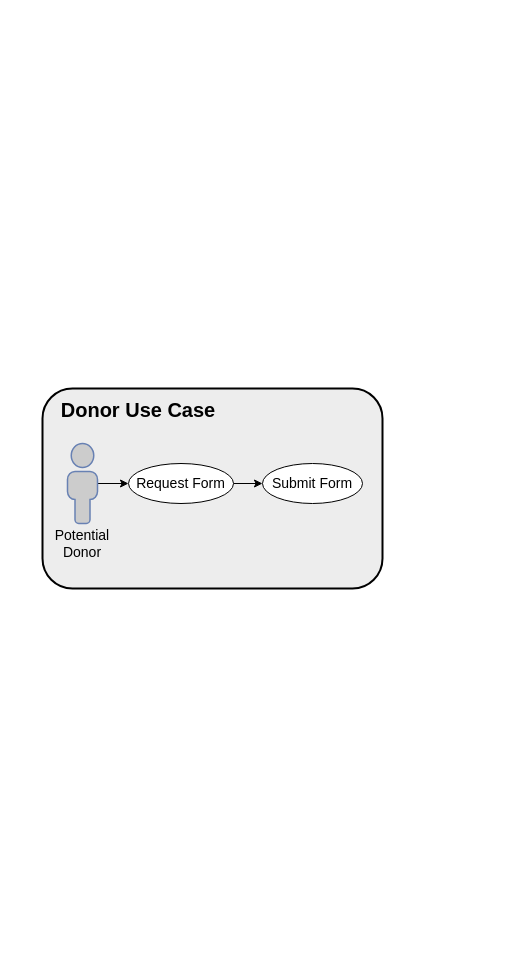
dadiva-team/dadiva-ipo keeps this draw.io diagram as docs/report/figures/useCases.drawio. Above is the earlier version. Source tidied: cells renumbered, new cells numbered last; positions are measured from the earlier drawing's top-left corner, leaving out a move shared by most shapes. Both pictures are drawn from the tidied source at 100%, with x=0, y=0 at pixel (42, 388).
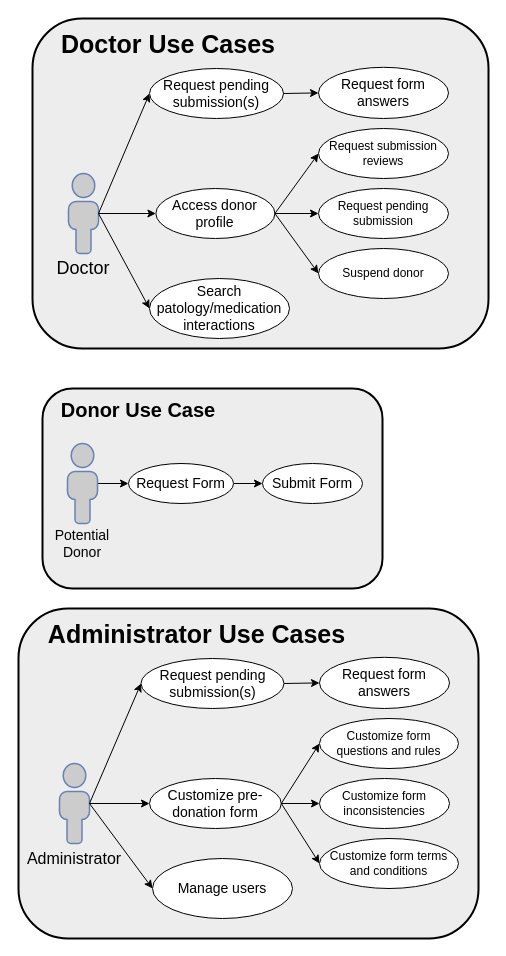
The same diagram, later.

Diff of the diagram source:
```diff
@@
+    <mxCell id="10" style="rounded=1;whiteSpace=wrap;html=1;strokeWidth=2;fillColor=#EDEDED;" parent="1" vertex="1">
+      <mxGeometry x="-10" y="-370" width="456" height="330" as="geometry" />
+    </mxCell>
+    <mxCell id="11" style="fontColor=#0066CC;verticalAlign=top;verticalLabelPosition=bottom;labelPosition=center;align=center;html=1;outlineConnect=0;fillColor=#CCCCCC;strokeColor=#6881B3;gradientColor=none;gradientDirection=north;strokeWidth=2;shape=mxgraph.networks.user_male;" parent="1" vertex="1">
+      <mxGeometry x="26" y="-215" width="30" height="80" as="geometry" />
+    </mxCell>
+    <mxCell id="12" value="&lt;b style=&quot;&quot;&gt;&lt;font style=&quot;font-size: 25px;&quot;&gt;Doctor Use Cases&lt;/font&gt;&lt;/b&gt;" style="text;html=1;align=center;verticalAlign=middle;whiteSpace=wrap;rounded=0;" parent="1" vertex="1">
+      <mxGeometry x="1" y="-360" width="250" height="30" as="geometry" />
+    </mxCell>
+    <mxCell id="13" value="&lt;font style=&quot;font-size: 14px;&quot;&gt;Search patology/medication interactions&lt;/font&gt;" style="ellipse;whiteSpace=wrap;html=1;" parent="1" vertex="1">
+      <mxGeometry x="107" y="-110" width="140" height="60" as="geometry" />
+    </mxCell>
+    <mxCell id="14" value="&lt;font style=&quot;font-size: 18px;&quot;&gt;Doctor&lt;/font&gt;" style="text;html=1;align=center;verticalAlign=middle;whiteSpace=wrap;rounded=0;" parent="1" vertex="1">
+      <mxGeometry x="11" y="-135" width="60" height="30" as="geometry" />
+    </mxCell>
+    <mxCell id="15" style="endArrow=classic;html=1;rounded=0;exitX=1;exitY=0.5;exitDx=0;exitDy=0;exitPerimeter=0;entryX=0;entryY=0.5;entryDx=0;entryDy=0;" parent="1" edge="1" source="11" target="13">
+      <mxGeometry relative="1" as="geometry" />
+    </mxCell>
+    <mxCell id="16" style="endArrow=classic;html=1;rounded=0;exitX=1;exitY=0.5;exitDx=0;exitDy=0;exitPerimeter=0;entryX=0;entryY=0.5;entryDx=0;entryDy=0;" parent="1" edge="1" source="11" target="18">
+      <mxGeometry relative="1" as="geometry" />
+    </mxCell>
+    <mxCell id="17" style="endArrow=classic;html=1;rounded=0;entryX=0;entryY=0.5;entryDx=0;entryDy=0;exitX=1;exitY=0.5;exitDx=0;exitDy=0;exitPerimeter=0;" parent="1" edge="1" source="11" target="19">
+      <mxGeometry relative="1" as="geometry" />
+    </mxCell>
+    <mxCell id="18" value="&lt;font style=&quot;font-size: 14px;&quot;&gt;Access donor profile&lt;/font&gt;" style="ellipse;whiteSpace=wrap;html=1;" parent="1" vertex="1">
+      <mxGeometry x="113.4" y="-200" width="119" height="50" as="geometry" />
+    </mxCell>
+    <mxCell id="19" value="&lt;font style=&quot;font-size: 14px;&quot;&gt;Request pending submission(s)&lt;/font&gt;" style="ellipse;whiteSpace=wrap;html=1;" parent="1" vertex="1">
+      <mxGeometry x="107" y="-320" width="134" height="50" as="geometry" />
+    </mxCell>
+    <mxCell id="20" value="&lt;font style=&quot;font-size: 14px;&quot;&gt;Request form answers&lt;/font&gt;" style="ellipse;whiteSpace=wrap;html=1;" parent="1" vertex="1">
+      <mxGeometry x="276" y="-321.2" width="130" height="51.2" as="geometry" />
+    </mxCell>
+    <mxCell id="21" style="endArrow=classic;html=1;rounded=0;exitX=1;exitY=0.5;exitDx=0;exitDy=0;entryX=0;entryY=0.5;entryDx=0;entryDy=0;" parent="1" edge="1" source="19" target="20">
+      <mxGeometry relative="1" as="geometry" />
+    </mxCell>
+    <mxCell id="22" value="Request submission reviews" style="ellipse;whiteSpace=wrap;html=1;" parent="1" vertex="1">
+      <mxGeometry x="276" y="-260" width="130" height="50" as="geometry" />
+    </mxCell>
+    <mxCell id="23" value="Request pending submission" style="ellipse;whiteSpace=wrap;html=1;" parent="1" vertex="1">
+      <mxGeometry x="276" y="-200" width="130" height="50" as="geometry" />
+    </mxCell>
+    <mxCell id="24" value="Suspend donor" style="ellipse;whiteSpace=wrap;html=1;" parent="1" vertex="1">
+      <mxGeometry x="276" y="-140" width="130" height="50" as="geometry" />
+    </mxCell>
+    <mxCell id="25" style="endArrow=classic;html=1;rounded=0;exitX=1;exitY=0.5;exitDx=0;exitDy=0;entryX=0;entryY=0.5;entryDx=0;entryDy=0;" parent="1" edge="1" source="18" target="22">
+      <mxGeometry relative="1" as="geometry" />
+    </mxCell>
+    <mxCell id="26" style="endArrow=classic;html=1;rounded=0;exitX=1;exitY=0.5;exitDx=0;exitDy=0;entryX=0;entryY=0.5;entryDx=0;entryDy=0;" parent="1" edge="1" source="18" target="23">
+      <mxGeometry relative="1" as="geometry" />
+    </mxCell>
+    <mxCell id="27" style="endArrow=classic;html=1;rounded=0;exitX=1;exitY=0.5;exitDx=0;exitDy=0;entryX=0;entryY=0.5;entryDx=0;entryDy=0;" parent="1" edge="1" source="18" target="24">
+      <mxGeometry relative="1" as="geometry" />
+    </mxCell>
+    <mxCell id="28" style="rounded=1;whiteSpace=wrap;html=1;strokeWidth=2;fillColor=#EDEDED;" parent="1" vertex="1">
+      <mxGeometry x="-24" y="220" width="460" height="330" as="geometry" />
+    </mxCell>
+    <mxCell id="29" style="fontColor=#0066CC;verticalAlign=top;verticalLabelPosition=bottom;labelPosition=center;align=center;html=1;outlineConnect=0;fillColor=#CCCCCC;strokeColor=#6881B3;gradientColor=none;gradientDirection=north;strokeWidth=2;shape=mxgraph.networks.user_male;" parent="1" vertex="1">
+      <mxGeometry x="17" y="375" width="30" height="80" as="geometry" />
+    </mxCell>
+    <mxCell id="30" value="&lt;b style=&quot;&quot;&gt;&lt;font style=&quot;font-size: 25px;&quot;&gt;Administrator Use Cases&lt;/font&gt;&lt;/b&gt;" style="text;html=1;align=center;verticalAlign=middle;whiteSpace=wrap;rounded=0;" parent="1" vertex="1">
+      <mxGeometry y="230" width="309" height="30" as="geometry" />
+    </mxCell>
+    <mxCell id="31" value="&lt;font style=&quot;font-size: 14px;&quot;&gt;Manage users&lt;/font&gt;" style="ellipse;whiteSpace=wrap;html=1;" parent="1" vertex="1">
+      <mxGeometry x="110" y="470" width="140" height="60" as="geometry" />
+    </mxCell>
+    <mxCell id="32" value="&lt;font style=&quot;font-size: 16px;&quot;&gt;Administrator&lt;/font&gt;" style="text;html=1;align=center;verticalAlign=middle;whiteSpace=wrap;rounded=0;" parent="1" vertex="1">
+      <mxGeometry x="2" y="455" width="60" height="30" as="geometry" />
+    </mxCell>
+    <mxCell id="33" style="endArrow=classic;html=1;rounded=0;exitX=1;exitY=0.5;exitDx=0;exitDy=0;exitPerimeter=0;entryX=0;entryY=0.5;entryDx=0;entryDy=0;" parent="1" edge="1" source="29" target="31">
+      <mxGeometry relative="1" as="geometry" />
+    </mxCell>
+    <mxCell id="34" style="endArrow=classic;html=1;rounded=0;exitX=1;exitY=0.5;exitDx=0;exitDy=0;exitPerimeter=0;entryX=0;entryY=0.5;entryDx=0;entryDy=0;" parent="1" edge="1" source="29" target="36">
+      <mxGeometry relative="1" as="geometry" />
+    </mxCell>
+    <mxCell id="35" style="endArrow=classic;html=1;rounded=0;entryX=0;entryY=0.5;entryDx=0;entryDy=0;exitX=1;exitY=0.5;exitDx=0;exitDy=0;exitPerimeter=0;" parent="1" edge="1" source="29" target="37">
+      <mxGeometry relative="1" as="geometry" />
+    </mxCell>
+    <mxCell id="36" value="&lt;font style=&quot;font-size: 14px;&quot;&gt;Customize pre-donation form&lt;/font&gt;" style="ellipse;whiteSpace=wrap;html=1;" parent="1" vertex="1">
+      <mxGeometry x="107" y="390" width="131.8" height="50" as="geometry" />
+    </mxCell>
+    <mxCell id="37" value="&lt;font style=&quot;font-size: 14px;&quot;&gt;Request pending submission(s)&lt;/font&gt;" style="ellipse;whiteSpace=wrap;html=1;" parent="1" vertex="1">
+      <mxGeometry x="98.5" y="270" width="143" height="50" as="geometry" />
+    </mxCell>
+    <mxCell id="38" value="&lt;font style=&quot;font-size: 14px;&quot;&gt;Request form answers&lt;/font&gt;" style="ellipse;whiteSpace=wrap;html=1;" parent="1" vertex="1">
+      <mxGeometry x="277" y="268.8" width="130" height="51.2" as="geometry" />
+    </mxCell>
+    <mxCell id="39" style="endArrow=classic;html=1;rounded=0;exitX=1;exitY=0.5;exitDx=0;exitDy=0;entryX=0;entryY=0.5;entryDx=0;entryDy=0;" parent="1" edge="1" source="37" target="38">
+      <mxGeometry relative="1" as="geometry" />
+    </mxCell>
+    <mxCell id="40" value="Customize form questions and rules" style="ellipse;whiteSpace=wrap;html=1;" parent="1" vertex="1">
+      <mxGeometry x="277" y="330" width="139" height="50" as="geometry" />
+    </mxCell>
+    <mxCell id="41" value="Customize form inconsistencies" style="ellipse;whiteSpace=wrap;html=1;" parent="1" vertex="1">
+      <mxGeometry x="277" y="390" width="130" height="50" as="geometry" />
+    </mxCell>
+    <mxCell id="42" value="Customize form terms and conditions" style="ellipse;whiteSpace=wrap;html=1;" parent="1" vertex="1">
+      <mxGeometry x="277" y="450" width="139" height="50" as="geometry" />
+    </mxCell>
+    <mxCell id="43" style="endArrow=classic;html=1;rounded=0;exitX=1;exitY=0.5;exitDx=0;exitDy=0;entryX=0;entryY=0.5;entryDx=0;entryDy=0;" parent="1" edge="1" source="36" target="40">
+      <mxGeometry relative="1" as="geometry" />
+    </mxCell>
+    <mxCell id="44" style="endArrow=classic;html=1;rounded=0;exitX=1;exitY=0.5;exitDx=0;exitDy=0;entryX=0;entryY=0.5;entryDx=0;entryDy=0;" parent="1" edge="1" source="36" target="41">
+      <mxGeometry relative="1" as="geometry" />
+    </mxCell>
+    <mxCell id="45" style="endArrow=classic;html=1;rounded=0;exitX=1;exitY=0.5;exitDx=0;exitDy=0;entryX=0;entryY=0.5;entryDx=0;entryDy=0;" parent="1" edge="1" source="36" target="42">
+      <mxGeometry relative="1" as="geometry" />
+    </mxCell>
```
